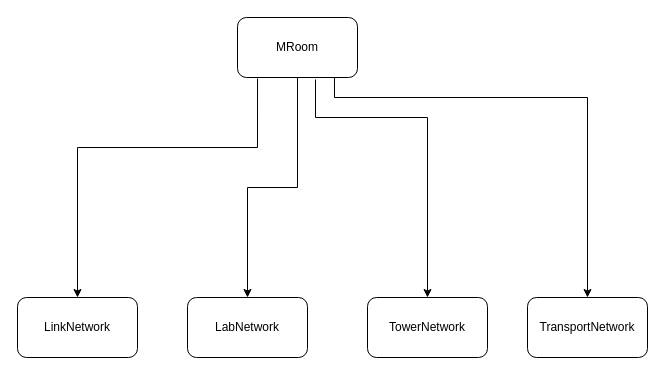
Before: screeps.drawio in xiejizhen007/storage, a draw.io diagram. Source tidied: cells renumbered, new cells numbered last; positions are measured from the earlier drawing's top-left corner, leaving out a move shared by most shapes. Both pictures are drawn from the tidied source at 100%, with x=0, y=0 at pixel (17, 17).
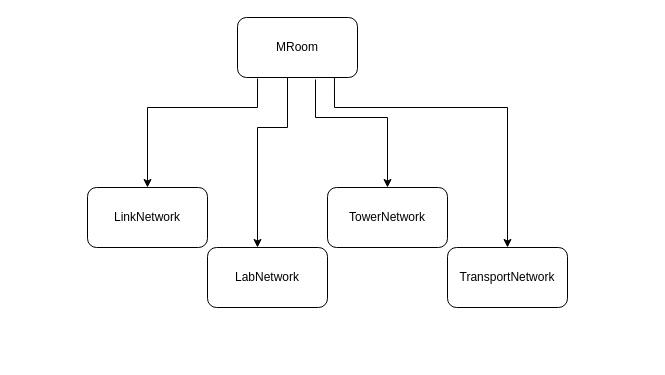
After the change.

Change to the diagram source:
```diff
@@
 <mxGraphModel>
   <root>
     <mxCell id="0" />
     <mxCell id="1" parent="0" />
-    <mxCell id="2" style="edgeStyle=orthogonalEdgeStyle;rounded=0;jettySize=auto;html=1;exitX=0.167;exitY=1.017;exitDx=0;exitDy=0;entryX=0.5;entryY=0;entryDx=0;entryDy=0;exitPerimeter=0;" parent="1" edge="1" source="6" target="7">
+    <mxCell id="2" style="edgeStyle=orthogonalEdgeStyle;rounded=0;jettySize=auto;html=1;exitX=0.167;exitY=1.017;exitDx=0;exitDy=0;exitPerimeter=0;entryX=0.5;entryY=0;entryDx=0;entryDy=0;" parent="1" edge="1" source="6" target="7">
       <mxGeometry relative="1" as="geometry">
         <Array as="points">
-          <mxPoint x="240" y="130" />
-          <mxPoint x="60" y="130" />
+          <mxPoint x="240" y="90" />
+          <mxPoint x="130" y="90" />
+          <mxPoint x="130" y="170" />
         </Array>
       </mxGeometry>
     </mxCell>
-    <mxCell id="3" style="edgeStyle=orthogonalEdgeStyle;rounded=0;jettySize=auto;html=1;exitX=0.5;exitY=1;exitDx=0;exitDy=0;entryX=0.5;entryY=0;entryDx=0;entryDy=0;" parent="1" edge="1" source="6" target="8">
-      <mxGeometry relative="1" as="geometry" />
-    </mxCell>
     <mxCell id="4" style="edgeStyle=orthogonalEdgeStyle;rounded=0;jettySize=auto;html=1;exitX=0.65;exitY=1.033;exitDx=0;exitDy=0;entryX=0.5;entryY=0;entryDx=0;entryDy=0;exitPerimeter=0;" parent="1" edge="1" source="6" target="9">
       <mxGeometry relative="1" as="geometry">
         <Array as="points">
           <mxPoint x="298" y="100" />
-          <mxPoint x="410" y="100" />
+          <mxPoint x="370" y="100" />
         </Array>
       </mxGeometry>
     </mxCell>
-    <mxCell id="5" style="edgeStyle=orthogonalEdgeStyle;rounded=0;jettySize=auto;html=1;exitX=0.808;exitY=0.983;exitDx=0;exitDy=0;exitPerimeter=0;" parent="1" edge="1" source="6" target="10">
+    <mxCell id="5" style="edgeStyle=orthogonalEdgeStyle;rounded=0;jettySize=auto;html=1;exitX=0.808;exitY=0.983;exitDx=0;exitDy=0;exitPerimeter=0;entryX=0.5;entryY=0;entryDx=0;entryDy=0;" parent="1" edge="1" source="6" target="10">
       <mxGeometry relative="1" as="geometry">
         <Array as="points">
-          <mxPoint x="317" y="80" />
-          <mxPoint x="570" y="80" />
+          <mxPoint x="317" y="90" />
+          <mxPoint x="490" y="90" />
         </Array>
       </mxGeometry>
     </mxCell>
+    <mxCell id="3" style="edgeStyle=orthogonalEdgeStyle;rounded=0;jettySize=auto;html=1;exitX=0.25;exitY=1;exitDx=0;exitDy=0;" parent="1" edge="1" source="6" target="8">
+      <mxGeometry relative="1" as="geometry">
+        <Array as="points">
+          <mxPoint x="270" y="60" />
+          <mxPoint x="270" y="110" />
+          <mxPoint x="240" y="110" />
+        </Array>
+      </mxGeometry>
+    </mxCell>
     <mxCell id="6" value="MRoom" style="rounded=1;whiteSpace=wrap;html=1;" parent="1" vertex="1">
       <mxGeometry x="220" width="120" height="60" as="geometry" />
     </mxCell>
     <mxCell id="7" value="LinkNetwork" style="rounded=1;whiteSpace=wrap;html=1;" parent="1" vertex="1">
-      <mxGeometry y="280" width="120" height="60" as="geometry" />
+      <mxGeometry x="70" y="170" width="120" height="60" as="geometry" />
     </mxCell>
     <mxCell id="8" value="LabNetwork" style="rounded=1;whiteSpace=wrap;html=1;" parent="1" vertex="1">
-      <mxGeometry x="170" y="280" width="120" height="60" as="geometry" />
+      <mxGeometry x="190" y="230" width="120" height="60" as="geometry" />
     </mxCell>
     <mxCell id="9" value="TowerNetwork" style="rounded=1;whiteSpace=wrap;html=1;" parent="1" vertex="1">
-      <mxGeometry x="350" y="280" width="120" height="60" as="geometry" />
+      <mxGeometry x="310" y="170" width="120" height="60" as="geometry" />
     </mxCell>
     <mxCell id="10" value="TransportNetwork&lt;br&gt;" style="rounded=1;whiteSpace=wrap;html=1;" parent="1" vertex="1">
-      <mxGeometry x="510" y="280" width="120" height="60" as="geometry" />
+      <mxGeometry x="430" y="230" width="120" height="60" as="geometry" />
     </mxCell>
   </root>
 </mxGraphModel>
```
